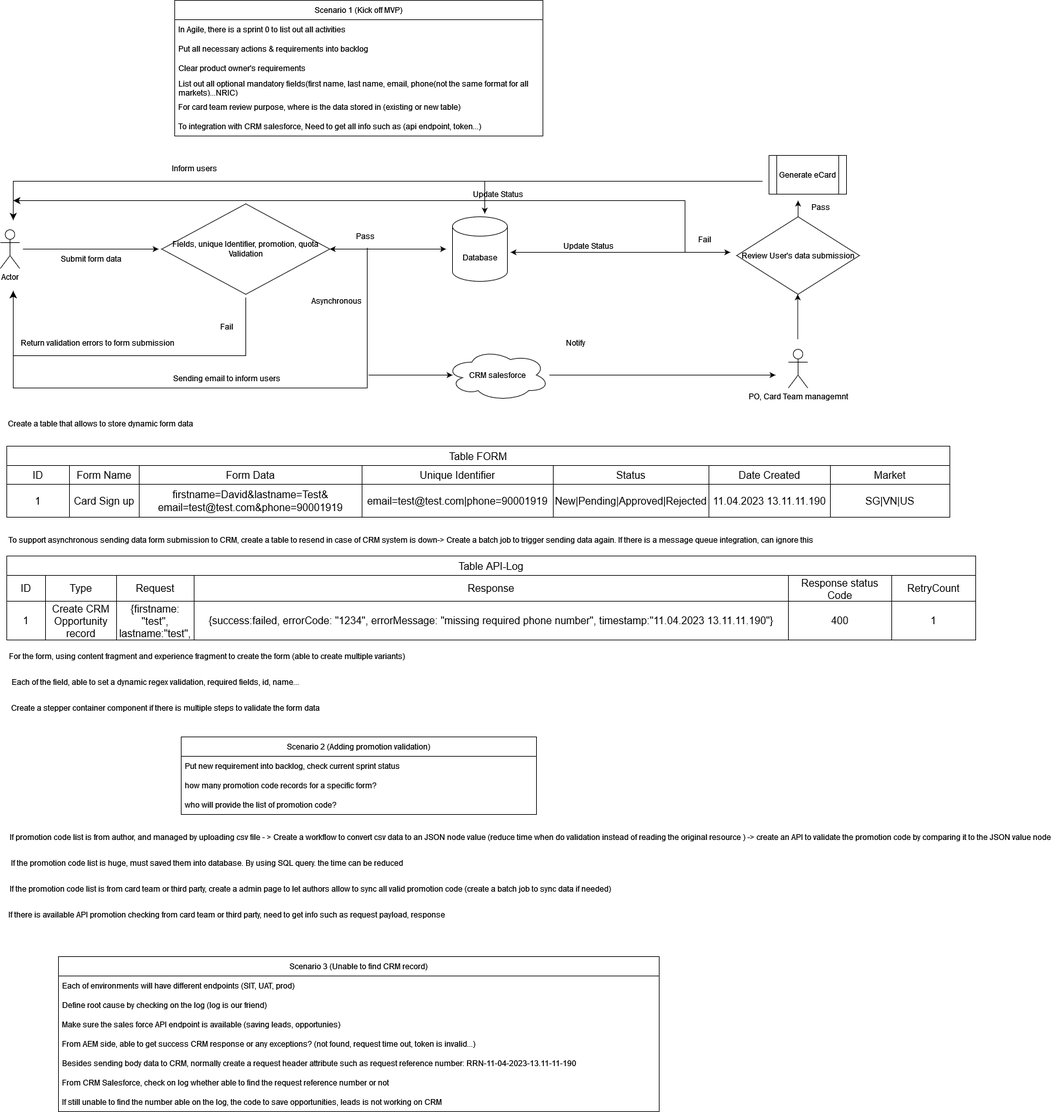
huy3890/test keeps this draw.io diagram as Untitled Diagram.drawio.png. Above is the earlier version. Source tidied: cells renumbered, new cells last; positions are measured from the earlier drawing's top-left corner, leaving out a move shared by most shapes.
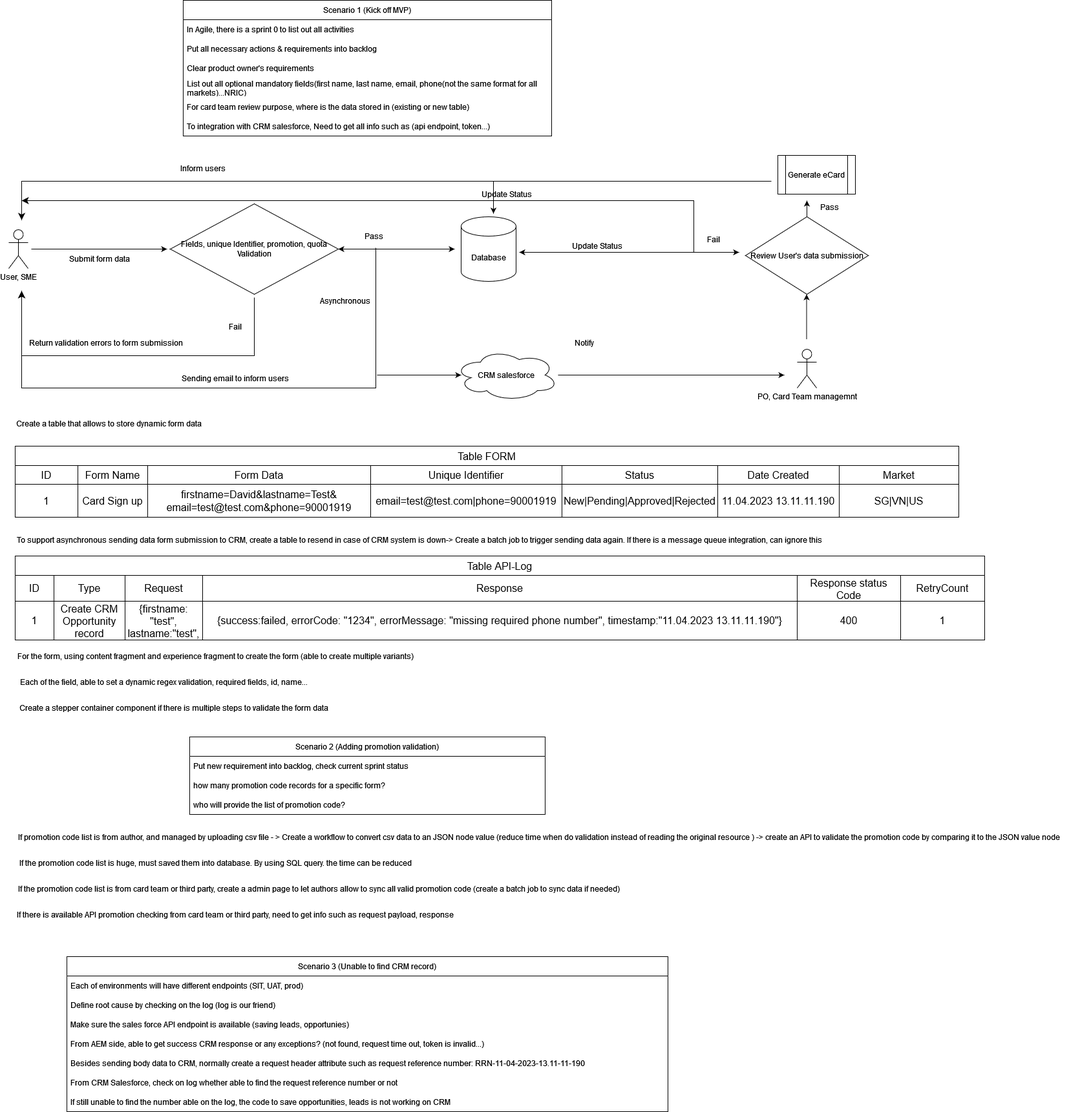
Later version of the same file.

Diff of the diagram source:
```diff
@@ -192,7 +192,7 @@
         </Array>
       </mxGeometry>
     </mxCell>
-    <mxCell id="59" value="Actor" style="shape=umlActor;verticalLabelPosition=bottom;verticalAlign=top;html=1;" parent="1" vertex="1">
+    <mxCell id="59" value="User, SME" style="shape=umlActor;verticalLabelPosition=bottom;verticalAlign=top;html=1;" parent="1" vertex="1">
       <mxGeometry y="355" width="30" height="60" as="geometry" />
     </mxCell>
     <mxCell id="60" value="Sending email to inform users" style="text;html=1;align=center;verticalAlign=middle;strokeColor=none;fillColor=none;" parent="1" vertex="1">
```
